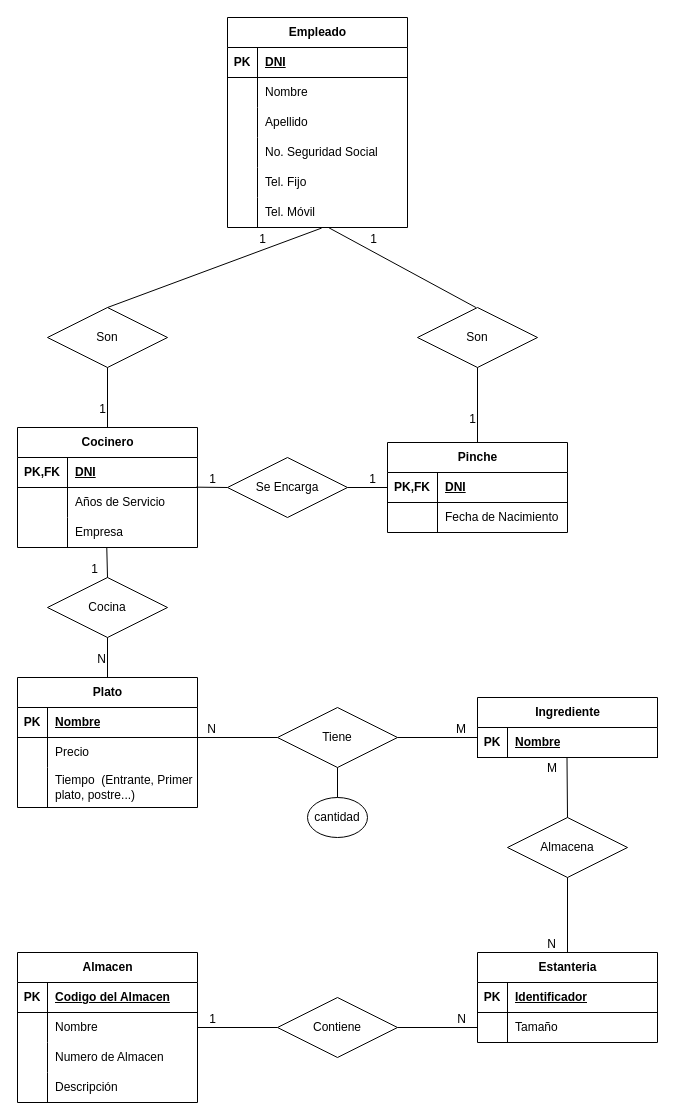
Above: Ejercicio_13_Empresa_de_Comidas.drawio in BasementHalfStackDev/ejercicios-ud12 (draw.io), before the change. Source tidied: cells renumbered, new cells numbered last; positions are measured from the earlier drawing's top-left corner, leaving out a move shared by most shapes. Both pictures are drawn from the tidied source at 100%, with x=0, y=0 at pixel (17, 17).
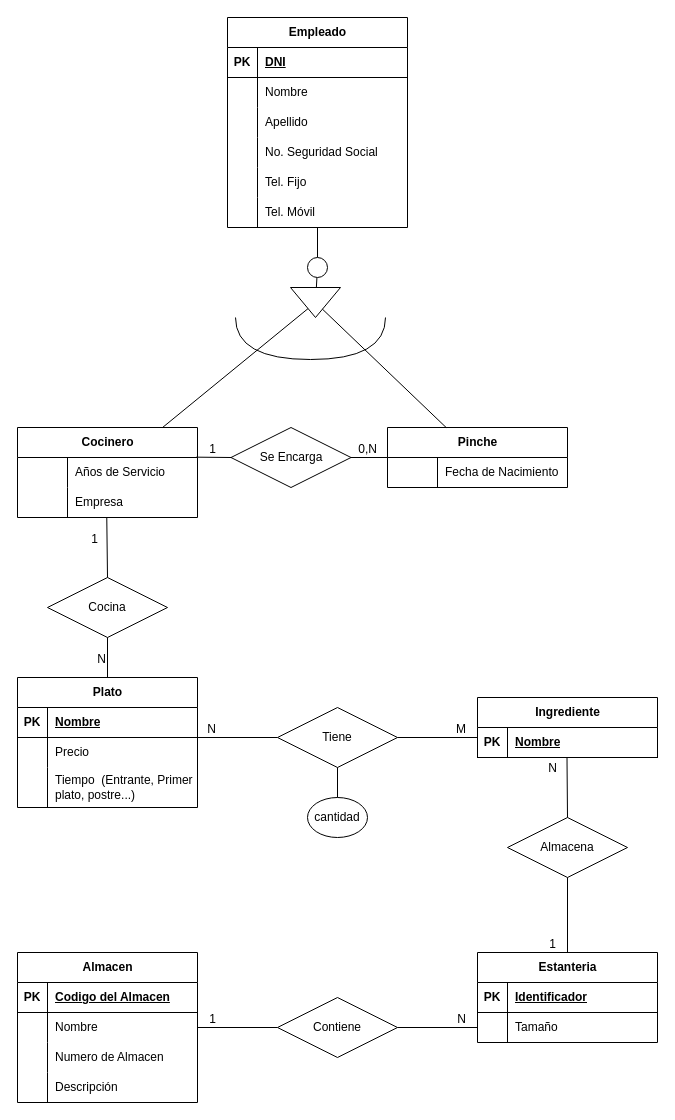
Above is the later version.

Unchanged cells that the change refers to:
```xml
<mxCell id="2" value="Empleado" style="shape=table;startSize=30;childLayout=tableLayout;rowLines=0;fontStyle=1;align=center;html=1;" parent="1" vertex="1">
  <mxGeometry x="210" width="180" height="210" as="geometry" />
</mxCell>
<mxCell id="18" style="shape=tableRow;horizontal=0;startSize=0;swimlaneHead=0;swimlaneBody=0;fillColor=none;points=[[0,0.5],[1,0.5]];portConstraint=eastwest;top=0;left=0;right=0;bottom=0;" parent="2" vertex="1">
  <mxGeometry y="180" width="180" height="30" as="geometry" />
</mxCell>
<mxCell id="105" style="endArrow=none;html=1;rounded=0;entryX=0.497;entryY=0.999;entryDx=0;entryDy=0;entryPerimeter=0;exitX=0.5;exitY=0;exitDx=0;exitDy=0;" parent="1" edge="1" source="104">
  <mxGeometry relative="1" as="geometry">
    <mxPoint x="549.5" y="740" as="targetPoint" />
  </mxGeometry>
</mxCell>
<mxCell id="107" style="endArrow=none;html=1;rounded=0;entryX=0.5;entryY=0;entryDx=0;entryDy=0;exitX=0.5;exitY=1;exitDx=0;exitDy=0;" parent="1" edge="1" source="104" target="92">
  <mxGeometry relative="1" as="geometry" />
</mxCell>
```

The edit, as a diff of the source:
```diff
@@
     <mxCell id="21" value="Pinche" style="shape=table;startSize=30;childLayout=tableLayout;rowLines=0;fontStyle=1;align=center;html=1;" parent="1" vertex="1">
-      <mxGeometry x="370" y="425" width="180" height="90" as="geometry" />
+      <mxGeometry x="370" y="410" width="180" height="60" as="geometry" />
     </mxCell>
-    <mxCell id="22" style="shape=tableRow;horizontal=0;startSize=0;swimlaneHead=0;swimlaneBody=0;fillColor=none;points=[[0,0.5],[1,0.5]];portConstraint=eastwest;top=0;left=0;right=0;bottom=1;" parent="21" vertex="1">
-      <mxGeometry y="30" width="180" height="30" as="geometry" />
-    </mxCell>
-    <mxCell id="23" value="PK,FK" style="shape=partialRectangle;fillColor=none;top=0;left=0;bottom=0;right=0;fontStyle=1;overflow=hidden;whiteSpace=wrap;html=1;" parent="22" vertex="1">
-      <mxGeometry width="50" height="30" as="geometry" />
-    </mxCell>
-    <mxCell id="24" value="DNI" style="shape=partialRectangle;fillColor=none;top=0;left=0;bottom=0;right=0;align=left;spacingLeft=6;fontStyle=5;overflow=hidden;whiteSpace=wrap;html=1;" parent="22" vertex="1">
-      <mxGeometry x="50" width="130" height="30" as="geometry" />
-    </mxCell>
     <mxCell id="25" style="shape=tableRow;horizontal=0;startSize=0;swimlaneHead=0;swimlaneBody=0;fillColor=none;top=0;left=0;right=0;bottom=0;" parent="21" vertex="1">
-      <mxGeometry y="60" width="180" height="30" as="geometry" />
+      <mxGeometry y="30" width="180" height="30" as="geometry" />
     </mxCell>
@@
     <mxCell id="28" value="Cocinero" style="shape=table;startSize=30;childLayout=tableLayout;rowLines=0;fontStyle=1;align=center;html=1;" parent="1" vertex="1">
-      <mxGeometry y="410" width="180" height="120" as="geometry" />
+      <mxGeometry y="410" width="180" height="90" as="geometry" />
     </mxCell>
-    <mxCell id="29" style="shape=tableRow;horizontal=0;startSize=0;swimlaneHead=0;swimlaneBody=0;fillColor=none;top=0;left=0;right=0;bottom=1;" parent="28" vertex="1">
-      <mxGeometry y="30" width="180" height="30" as="geometry" />
-    </mxCell>
-    <mxCell id="30" value="PK,FK" style="shape=partialRectangle;fillColor=none;top=0;left=0;bottom=0;right=0;fontStyle=1;overflow=hidden;whiteSpace=wrap;html=1;" parent="29" vertex="1">
-      <mxGeometry width="50" height="30" as="geometry" />
-    </mxCell>
-    <mxCell id="31" value="DNI" style="shape=partialRectangle;fillColor=none;top=0;left=0;bottom=0;right=0;align=left;spacingLeft=6;fontStyle=5;overflow=hidden;whiteSpace=wrap;html=1;" parent="29" vertex="1">
-      <mxGeometry x="50" width="130" height="30" as="geometry" />
-    </mxCell>
     <mxCell id="32" style="shape=tableRow;horizontal=0;startSize=0;swimlaneHead=0;swimlaneBody=0;fillColor=none;points=[[0,0.5],[1,0.5]];portConstraint=eastwest;top=0;left=0;right=0;bottom=0;" parent="28" vertex="1">
-      <mxGeometry y="60" width="180" height="30" as="geometry" />
+      <mxGeometry y="30" width="180" height="30" as="geometry" />
     </mxCell>
@@
     <mxCell id="35" style="shape=tableRow;horizontal=0;startSize=0;swimlaneHead=0;swimlaneBody=0;fillColor=none;points=[[0,0.5],[1,0.5]];portConstraint=eastwest;top=0;left=0;right=0;bottom=0;" parent="28" vertex="1">
-      <mxGeometry y="90" width="180" height="30" as="geometry" />
+      <mxGeometry y="60" width="180" height="30" as="geometry" />
     </mxCell>
@@
-    <mxCell id="52" value="Son" style="shape=rhombus;perimeter=rhombusPerimeter;whiteSpace=wrap;html=1;align=center;" parent="1" vertex="1">
-      <mxGeometry x="30" y="290" width="120" height="60" as="geometry" />
-    </mxCell>
-    <mxCell id="53" value="Son" style="shape=rhombus;perimeter=rhombusPerimeter;whiteSpace=wrap;html=1;align=center;" parent="1" vertex="1">
-      <mxGeometry x="400" y="290" width="120" height="60" as="geometry" />
-    </mxCell>
-    <mxCell id="54" style="endArrow=none;html=1;rounded=0;entryX=0.523;entryY=1.019;entryDx=0;entryDy=0;entryPerimeter=0;exitX=0.5;exitY=0;exitDx=0;exitDy=0;" parent="1" edge="1" source="52" target="18">
-      <mxGeometry relative="1" as="geometry" />
-    </mxCell>
-    <mxCell id="55" value="1" style="html=1;whiteSpace=wrap;align=right;verticalAlign=bottom;" parent="54" vertex="1">
-      <mxGeometry x="1" relative="1" as="geometry">
-        <mxPoint x="-54" y="19" as="offset" />
-      </mxGeometry>
-    </mxCell>
-    <mxCell id="56" style="endArrow=none;html=1;rounded=0;entryX=0.5;entryY=0;entryDx=0;entryDy=0;exitX=0.5;exitY=1;exitDx=0;exitDy=0;" parent="1" edge="1" source="52" target="28">
-      <mxGeometry relative="1" as="geometry" />
-    </mxCell>
-    <mxCell id="57" value="1" style="html=1;whiteSpace=wrap;align=right;verticalAlign=bottom;" parent="56" vertex="1">
-      <mxGeometry x="1" relative="1" as="geometry">
-        <mxPoint y="-10" as="offset" />
-      </mxGeometry>
-    </mxCell>
-    <mxCell id="58" style="endArrow=none;html=1;rounded=0;entryX=0.5;entryY=0;entryDx=0;entryDy=0;exitX=0.5;exitY=1;exitDx=0;exitDy=0;" parent="1" edge="1" source="53" target="21">
-      <mxGeometry relative="1" as="geometry" />
-    </mxCell>
-    <mxCell id="59" value="1" style="html=1;whiteSpace=wrap;align=right;verticalAlign=bottom;" parent="58" vertex="1">
-      <mxGeometry x="1" relative="1" as="geometry">
-        <mxPoint y="-15" as="offset" />
-      </mxGeometry>
-    </mxCell>
-    <mxCell id="60" style="endArrow=none;html=1;rounded=0;entryX=0.573;entryY=1.013;entryDx=0;entryDy=0;entryPerimeter=0;exitX=0.5;exitY=0;exitDx=0;exitDy=0;" parent="1" edge="1">
-      <mxGeometry relative="1" as="geometry">
-        <mxPoint x="458.4" y="290" as="sourcePoint" />
-        <mxPoint x="311.6" y="210.4" as="targetPoint" />
-      </mxGeometry>
-    </mxCell>
-    <mxCell id="61" value="1" style="html=1;whiteSpace=wrap;align=right;verticalAlign=bottom;" parent="60" vertex="1">
-      <mxGeometry x="1" relative="1" as="geometry">
-        <mxPoint x="49" y="20" as="offset" />
-      </mxGeometry>
-    </mxCell>
     <mxCell id="62" value="Se Encarga" style="shape=rhombus;perimeter=rhombusPerimeter;whiteSpace=wrap;html=1;align=center;" parent="1" vertex="1">
-      <mxGeometry x="210" y="440" width="120" height="60" as="geometry" />
+      <mxGeometry x="213.5" y="410" width="120" height="60" as="geometry" />
     </mxCell>
-    <mxCell id="63" style="endArrow=none;html=1;rounded=0;entryX=0;entryY=0.5;entryDx=0;entryDy=0;exitX=1;exitY=0.5;exitDx=0;exitDy=0;" parent="1" edge="1" source="62" target="22">
+    <mxCell id="63" style="endArrow=none;html=1;rounded=0;exitX=1;exitY=0.5;exitDx=0;exitDy=0;" parent="1" edge="1" source="62" target="21">
       <mxGeometry relative="1" as="geometry" />
     </mxCell>
-    <mxCell id="64" value="1" style="html=1;whiteSpace=wrap;align=right;verticalAlign=bottom;" parent="63" vertex="1">
+    <mxCell id="64" value="0,N" style="html=1;whiteSpace=wrap;align=right;verticalAlign=bottom;" parent="63" vertex="1">
       <mxGeometry x="1" relative="1" as="geometry">
         <mxPoint x="-10" as="offset" />
       </mxGeometry>
     </mxCell>
@@
-    <mxCell id="106" value="M" style="html=1;whiteSpace=wrap;align=right;verticalAlign=bottom;" parent="105" vertex="1">
+    <mxCell id="106" value="N" style="html=1;whiteSpace=wrap;align=right;verticalAlign=bottom;" parent="105" vertex="1">
       <mxGeometry x="1" relative="1" as="geometry">
         <mxPoint x="-9" y="19" as="offset" />
       </mxGeometry>
     </mxCell>
@@
-    <mxCell id="108" value="N" style="html=1;whiteSpace=wrap;align=right;verticalAlign=bottom;" parent="107" vertex="1">
+    <mxCell id="108" value="1" style="html=1;whiteSpace=wrap;align=right;verticalAlign=bottom;" parent="107" vertex="1">
       <mxGeometry x="1" relative="1" as="geometry">
         <mxPoint x="-10" as="offset" />
       </mxGeometry>
     </mxCell>
+    <mxCell id="109" style="triangle;whiteSpace=wrap;html=1;rotation=90;" parent="1" vertex="1">
+      <mxGeometry x="283" y="260" width="30" height="50" as="geometry" />
+    </mxCell>
+    <mxCell id="110" style="endArrow=none;html=1;rounded=0;" parent="1" edge="1" source="115" target="2">
+      <mxGeometry relative="1" as="geometry" />
+    </mxCell>
+    <mxCell id="111" style="endArrow=none;html=1;rounded=0;" parent="1" edge="1" source="28" target="109">
+      <mxGeometry relative="1" as="geometry" />
+    </mxCell>
+    <mxCell id="112" style="endArrow=none;html=1;rounded=0;" parent="1" edge="1" source="109" target="21">
+      <mxGeometry relative="1" as="geometry" />
+    </mxCell>
+    <mxCell id="113" style="shape=requiredInterface;html=1;verticalLabelPosition=bottom;sketch=0;rotation=90;" parent="1" vertex="1">
+      <mxGeometry x="272" y="246" width="42" height="150" as="geometry" />
+    </mxCell>
+    <mxCell id="114" style="endArrow=none;html=1;rounded=0;" parent="1" edge="1" source="109" target="115">
+      <mxGeometry relative="1" as="geometry" />
+    </mxCell>
+    <mxCell id="115" style="ellipse;whiteSpace=wrap;html=1;" parent="1" vertex="1">
+      <mxGeometry x="290" y="240" width="20" height="20" as="geometry" />
+    </mxCell>
```
